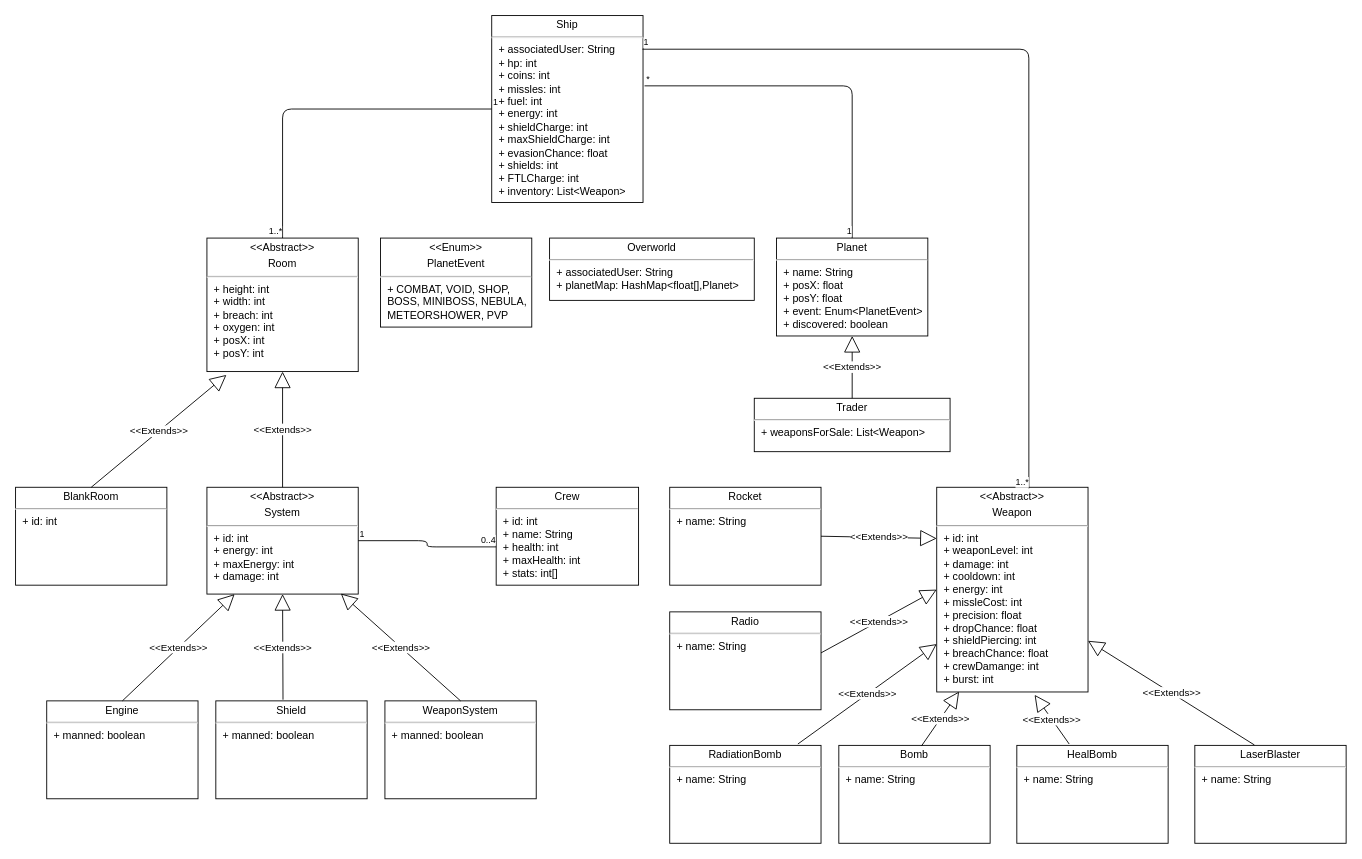
fkehlenb/GalaxyTrucker keeps this draw.io diagram as doc/UML/Datenmodell.drawio. Above is the earlier version. Source tidied: cells renumbered, new cells numbered last; positions are measured from the earlier drawing's top-left corner, leaving out a move shared by most shapes. Both pictures are drawn from the tidied source at 89%, with x=0, y=0 at pixel (15, 15).
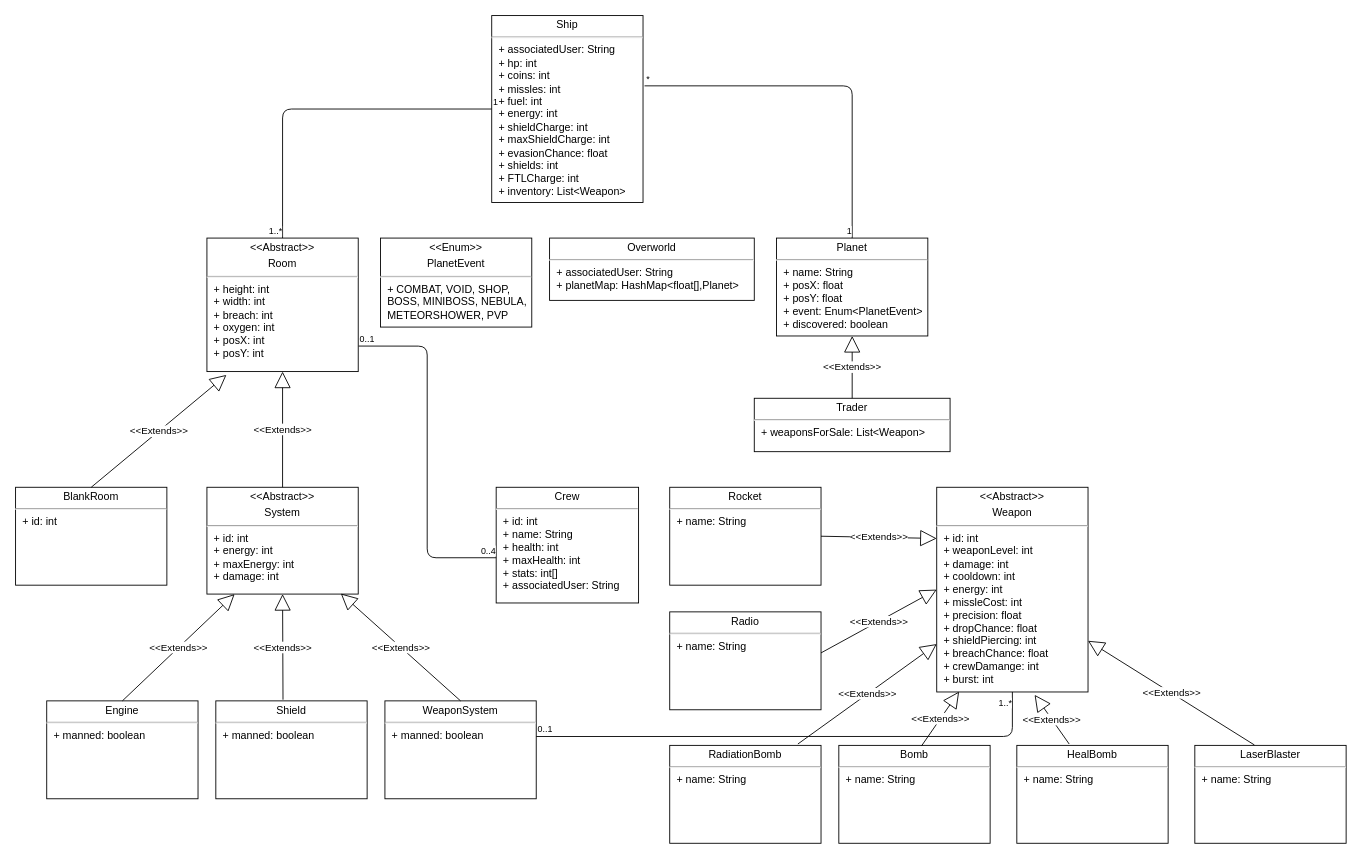
After the change.

The change refers to these unchanged cells:
```xml
<mxCell id="10" value="&lt;p style=&quot;margin: 4px 0px 0px ; text-align: center&quot;&gt;WeaponSystem&lt;/p&gt;&lt;hr&gt;&lt;p style=&quot;margin: 0px ; margin-left: 8px&quot;&gt;+ manned: boolean&lt;/p&gt;&lt;p style=&quot;margin: 0px ; margin-left: 8px&quot;&gt;&lt;br&gt;&lt;/p&gt;" style="verticalAlign=top;align=left;overflow=fill;fontSize=12;fontFamily=Helvetica;html=1;" parent="1" vertex="1">
  <mxGeometry x="415" y="770" width="170" height="110" as="geometry" />
</mxCell>
<mxCell id="11" value="&lt;p style=&quot;margin: 4px 0px 0px ; text-align: center&quot;&gt;&amp;lt;&amp;lt;Abstract&amp;gt;&amp;gt;&lt;/p&gt;&lt;p style=&quot;margin: 4px 0px 0px ; text-align: center&quot;&gt;System&lt;/p&gt;&lt;hr&gt;&lt;p style=&quot;margin: 0px ; margin-left: 8px&quot;&gt;+ id: int&lt;/p&gt;&lt;p style=&quot;margin: 0px ; margin-left: 8px&quot;&gt;+ energy: int&lt;/p&gt;&lt;p style=&quot;margin: 0px ; margin-left: 8px&quot;&gt;+ maxEnergy: int&lt;/p&gt;&lt;p style=&quot;margin: 0px ; margin-left: 8px&quot;&gt;+ damage: int&lt;/p&gt;&lt;p style=&quot;margin: 0px ; margin-left: 8px&quot;&gt;&lt;br&gt;&lt;/p&gt;" style="verticalAlign=top;align=left;overflow=fill;fontSize=12;fontFamily=Helvetica;html=1;" parent="1" vertex="1">
  <mxGeometry x="215" y="530" width="170" height="120" as="geometry" />
</mxCell>
<mxCell id="15" value="&lt;p style=&quot;margin: 4px 0px 0px ; text-align: center&quot;&gt;&amp;lt;&amp;lt;Abstract&amp;gt;&amp;gt;&lt;/p&gt;&lt;p style=&quot;margin: 4px 0px 0px ; text-align: center&quot;&gt;Room&lt;/p&gt;&lt;hr&gt;&lt;p style=&quot;margin: 0px ; margin-left: 8px&quot;&gt;+ height: int&lt;/p&gt;&lt;p style=&quot;margin: 0px ; margin-left: 8px&quot;&gt;+ width: int&lt;/p&gt;&lt;p style=&quot;margin: 0px ; margin-left: 8px&quot;&gt;+ breach: int&lt;/p&gt;&lt;p style=&quot;margin: 0px ; margin-left: 8px&quot;&gt;+ oxygen: int&lt;/p&gt;&lt;p style=&quot;margin: 0px ; margin-left: 8px&quot;&gt;+ posX: int&lt;/p&gt;&lt;p style=&quot;margin: 0px ; margin-left: 8px&quot;&gt;+ posY: int&lt;/p&gt;" style="verticalAlign=top;align=left;overflow=fill;fontSize=12;fontFamily=Helvetica;html=1;" parent="1" vertex="1">
  <mxGeometry x="215" y="250" width="170" height="150" as="geometry" />
</mxCell>
<mxCell id="22" value="&lt;p style=&quot;margin: 4px 0px 0px ; text-align: center&quot;&gt;&amp;lt;&amp;lt;Abstract&amp;gt;&amp;gt;&lt;/p&gt;&lt;p style=&quot;margin: 4px 0px 0px ; text-align: center&quot;&gt;Weapon&lt;/p&gt;&lt;hr&gt;&lt;p style=&quot;margin: 0px ; margin-left: 8px&quot;&gt;+ id: int&lt;/p&gt;&lt;p style=&quot;margin: 0px ; margin-left: 8px&quot;&gt;+ weaponLevel: int&lt;/p&gt;&lt;p style=&quot;margin: 0px ; margin-left: 8px&quot;&gt;+ damage: int&lt;/p&gt;&lt;p style=&quot;margin: 0px ; margin-left: 8px&quot;&gt;+ cooldown: int&lt;/p&gt;&lt;p style=&quot;margin: 0px ; margin-left: 8px&quot;&gt;+ energy: int&lt;/p&gt;&lt;p style=&quot;margin: 0px ; margin-left: 8px&quot;&gt;+ missleCost: int&lt;/p&gt;&lt;p style=&quot;margin: 0px ; margin-left: 8px&quot;&gt;+ precision: float&lt;/p&gt;&lt;p style=&quot;margin: 0px ; margin-left: 8px&quot;&gt;+ dropChance: float&lt;/p&gt;&lt;p style=&quot;margin: 0px ; margin-left: 8px&quot;&gt;+ shieldPiercing: int&lt;/p&gt;&lt;p style=&quot;margin: 0px ; margin-left: 8px&quot;&gt;+ breachChance: float&lt;/p&gt;&lt;p style=&quot;margin: 0px ; margin-left: 8px&quot;&gt;+ crewDamange: int&lt;/p&gt;&lt;p style=&quot;margin: 0px ; margin-left: 8px&quot;&gt;+ burst: int&lt;/p&gt;" style="verticalAlign=top;align=left;overflow=fill;fontSize=12;fontFamily=Helvetica;html=1;" parent="1" vertex="1">
  <mxGeometry x="1035" y="530" width="170" height="230" as="geometry" />
</mxCell>
<mxCell id="35" value="&lt;p style=&quot;margin: 4px 0px 0px ; text-align: center&quot;&gt;Ship&lt;/p&gt;&lt;hr&gt;&lt;p style=&quot;margin: 0px ; margin-left: 8px&quot;&gt;+ associatedUser: String&lt;/p&gt;&lt;p style=&quot;margin: 0px ; margin-left: 8px&quot;&gt;+ hp: int&lt;/p&gt;&lt;p style=&quot;margin: 0px ; margin-left: 8px&quot;&gt;+ coins: int&lt;/p&gt;&lt;p style=&quot;margin: 0px ; margin-left: 8px&quot;&gt;+ missles: int&lt;/p&gt;&lt;p style=&quot;margin: 0px ; margin-left: 8px&quot;&gt;+ fuel: int&lt;/p&gt;&lt;p style=&quot;margin: 0px ; margin-left: 8px&quot;&gt;+ energy: int&lt;/p&gt;&lt;p style=&quot;margin: 0px ; margin-left: 8px&quot;&gt;+ shieldCharge: int&lt;/p&gt;&lt;p style=&quot;margin: 0px ; margin-left: 8px&quot;&gt;+ maxShieldCharge: int&lt;/p&gt;&lt;p style=&quot;margin: 0px ; margin-left: 8px&quot;&gt;+ evasionChance: float&lt;/p&gt;&lt;p style=&quot;margin: 0px ; margin-left: 8px&quot;&gt;+ shields: int&lt;/p&gt;&lt;p style=&quot;margin: 0px ; margin-left: 8px&quot;&gt;+ FTLCharge: int&lt;/p&gt;&lt;p style=&quot;margin: 0px ; margin-left: 8px&quot;&gt;+ inventory: List&amp;lt;Weapon&amp;gt;&lt;/p&gt;&lt;p style=&quot;margin: 0px ; margin-left: 8px&quot;&gt;&lt;br&gt;&lt;/p&gt;" style="verticalAlign=top;align=left;overflow=fill;fontSize=12;fontFamily=Helvetica;html=1;" parent="1" vertex="1">
  <mxGeometry x="535" width="170" height="210" as="geometry" />
</mxCell>
```

What changed in the source:
```diff
@@
-    <mxCell id="2" value="&lt;p style=&quot;margin: 4px 0px 0px ; text-align: center&quot;&gt;Crew&lt;/p&gt;&lt;hr&gt;&lt;p style=&quot;margin: 0px ; margin-left: 8px&quot;&gt;+ id: int&lt;/p&gt;&lt;p style=&quot;margin: 0px ; margin-left: 8px&quot;&gt;+ name: String&lt;/p&gt;&lt;p style=&quot;margin: 0px ; margin-left: 8px&quot;&gt;+ health: int&lt;/p&gt;&lt;p style=&quot;margin: 0px ; margin-left: 8px&quot;&gt;+ maxHealth: int&lt;/p&gt;&lt;p style=&quot;margin: 0px ; margin-left: 8px&quot;&gt;+ stats: int[]&lt;/p&gt;" style="verticalAlign=top;align=left;overflow=fill;fontSize=12;fontFamily=Helvetica;html=1;" parent="1" vertex="1">
-      <mxGeometry x="540" y="530" width="160" height="110" as="geometry" />
+    <mxCell id="2" value="&lt;p style=&quot;margin: 4px 0px 0px ; text-align: center&quot;&gt;Crew&lt;/p&gt;&lt;hr&gt;&lt;p style=&quot;margin: 0px ; margin-left: 8px&quot;&gt;+ id: int&lt;/p&gt;&lt;p style=&quot;margin: 0px ; margin-left: 8px&quot;&gt;+ name: String&lt;/p&gt;&lt;p style=&quot;margin: 0px ; margin-left: 8px&quot;&gt;+ health: int&lt;/p&gt;&lt;p style=&quot;margin: 0px ; margin-left: 8px&quot;&gt;+ maxHealth: int&lt;/p&gt;&lt;p style=&quot;margin: 0px ; margin-left: 8px&quot;&gt;+ stats: int[]&lt;/p&gt;&lt;p style=&quot;margin: 0px ; margin-left: 8px&quot;&gt;+ associatedUser: String&lt;/p&gt;" style="verticalAlign=top;align=left;overflow=fill;fontSize=12;fontFamily=Helvetica;html=1;" parent="1" vertex="1">
+      <mxGeometry x="540" y="530" width="160" height="130" as="geometry" />
     </mxCell>
@@
-    <mxCell id="19" style="endArrow=none;html=1;edgeStyle=orthogonalEdgeStyle;entryX=0;entryY=0.609;entryDx=0;entryDy=0;entryPerimeter=0;" parent="1" edge="1" source="11" target="2">
+    <mxCell id="19" style="endArrow=none;html=1;edgeStyle=orthogonalEdgeStyle;entryX=0;entryY=0.609;entryDx=0;entryDy=0;entryPerimeter=0;exitX=1.002;exitY=0.809;exitDx=0;exitDy=0;exitPerimeter=0;" parent="1" edge="1" source="15" target="2">
       <mxGeometry relative="1" as="geometry" />
     </mxCell>
-    <mxCell id="20" value="1" style="html=1;align=left;verticalAlign=bottom;labelBackgroundColor=#ffffff;fontSize=10;" parent="19" vertex="1">
+    <mxCell id="20" value="0..1" style="html=1;align=left;verticalAlign=bottom;labelBackgroundColor=#ffffff;fontSize=10;" parent="19" vertex="1">
       <mxGeometry x="-1" relative="1" as="geometry" />
     </mxCell>
@@
-    <mxCell id="39" style="endArrow=none;html=1;edgeStyle=orthogonalEdgeStyle;exitX=0.996;exitY=0.18;exitDx=0;exitDy=0;exitPerimeter=0;entryX=0.609;entryY=0.005;entryDx=0;entryDy=0;entryPerimeter=0;" parent="1" edge="1" source="35" target="22">
-      <mxGeometry relative="1" as="geometry" />
+    <mxCell id="39" style="endArrow=none;html=1;edgeStyle=orthogonalEdgeStyle;exitX=1;exitY=0.364;exitDx=0;exitDy=0;entryX=0.5;entryY=1;entryDx=0;entryDy=0;exitPerimeter=0;" parent="1" edge="1" source="10" target="22">
+      <mxGeometry relative="1" as="geometry">
+        <Array as="points">
+          <mxPoint x="1120" y="810" />
+        </Array>
+      </mxGeometry>
     </mxCell>
-    <mxCell id="40" value="1" style="html=1;align=left;verticalAlign=bottom;labelBackgroundColor=#ffffff;fontSize=10;" parent="39" vertex="1">
+    <mxCell id="40" value="0..1" style="html=1;align=left;verticalAlign=bottom;labelBackgroundColor=#ffffff;fontSize=10;" parent="39" vertex="1">
       <mxGeometry x="-1" relative="1" as="geometry" />
     </mxCell>
     <mxCell id="41" value="1..*" style="html=1;align=right;verticalAlign=bottom;labelBackgroundColor=#ffffff;fontSize=10;" parent="39" vertex="1">
-      <mxGeometry x="1" relative="1" as="geometry" />
+      <mxGeometry x="1" relative="1" as="geometry">
+        <mxPoint y="20" as="offset" />
+      </mxGeometry>
     </mxCell>
```
